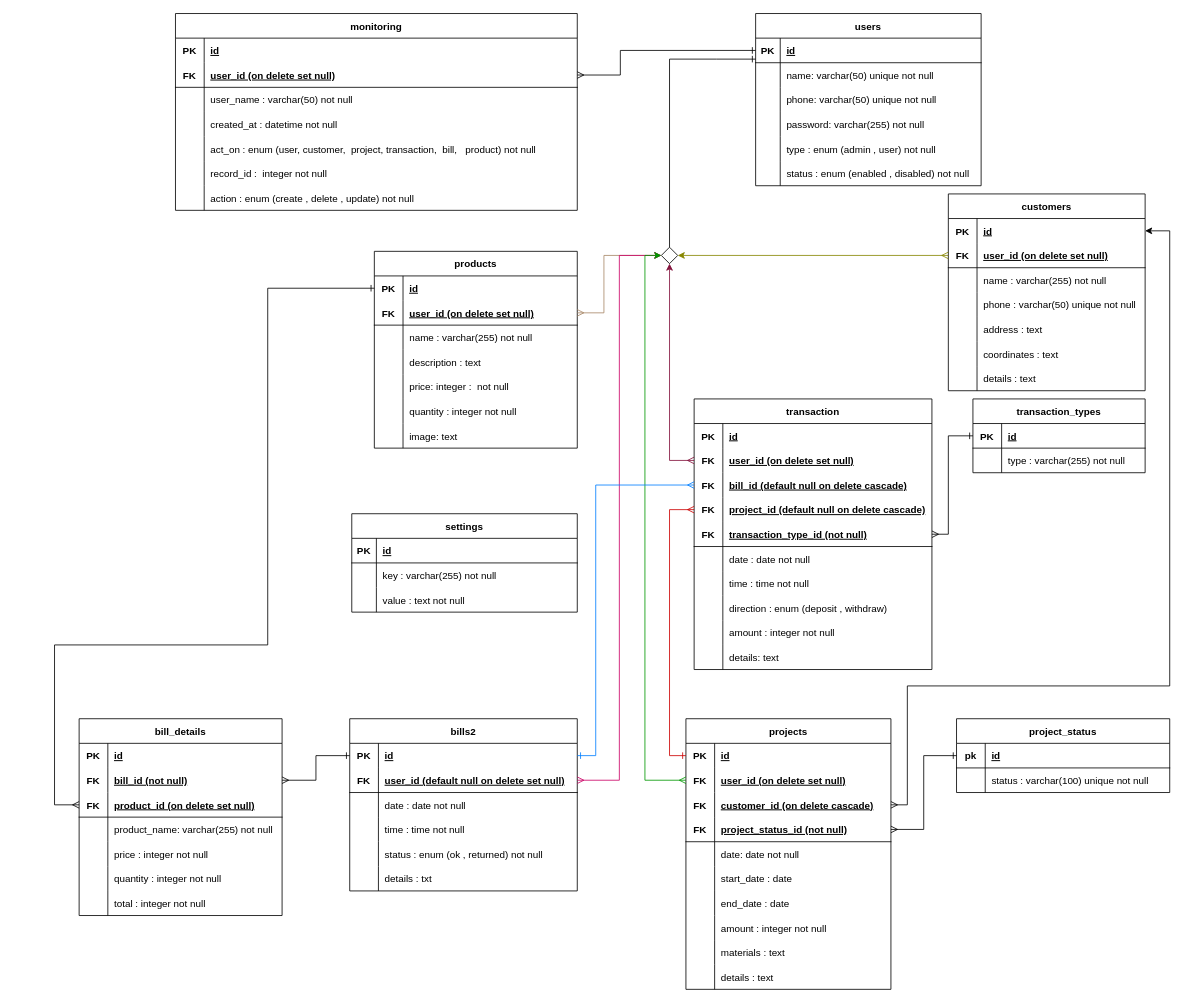
This is page "Schema" (2 of 2) of Diagrams/drawio/ModernHouse.drawio from khaledfathi/ModernHouse, a draw.io file, before an edit. Source tidied: cells renumbered, new cells numbered last; positions are measured from the earlier drawing's top-left corner, leaving out a move shared by most shapes. Both pictures are drawn from the tidied source at 82%, with x=0, y=0 at pixel (54, 13).
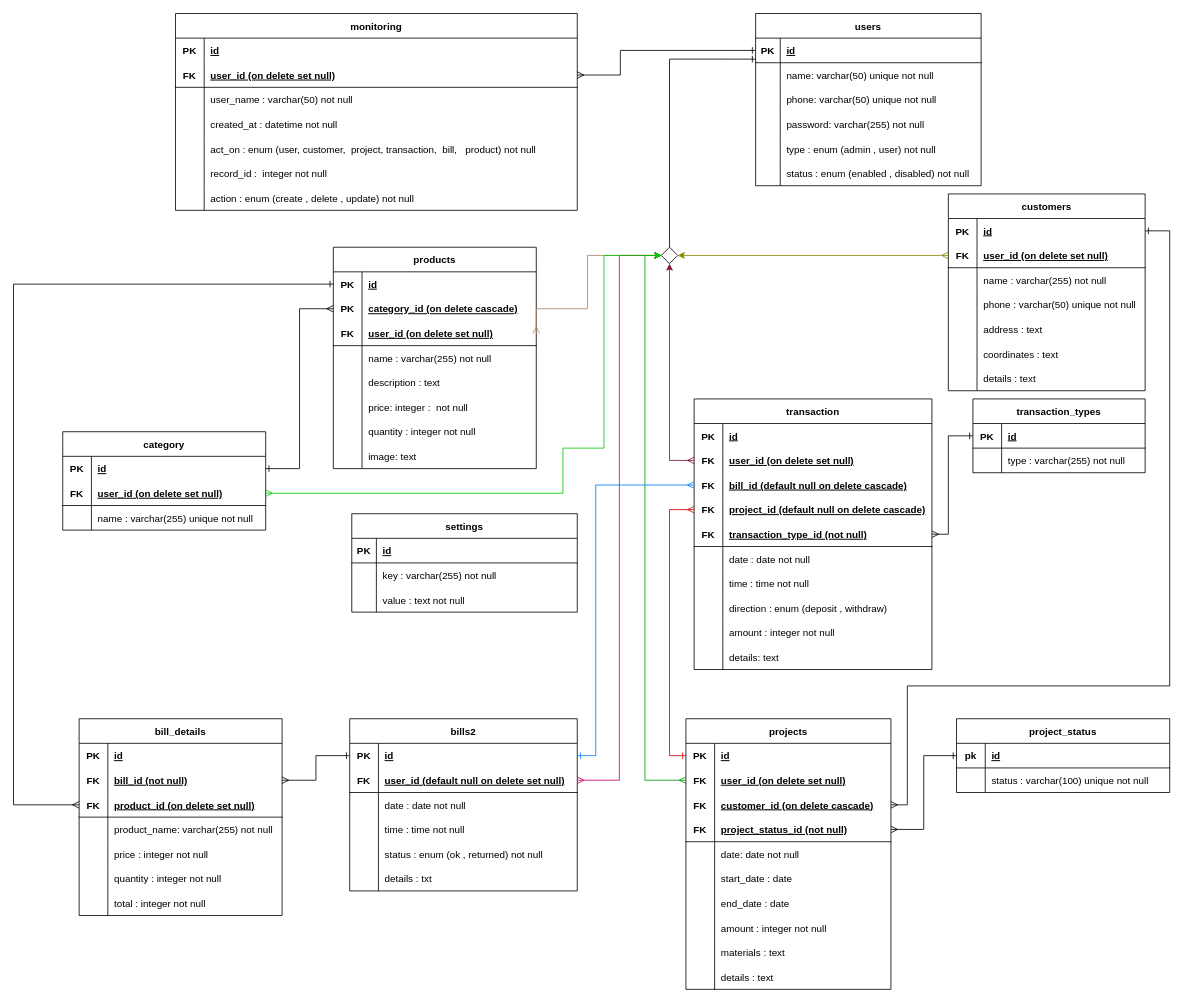
The same diagram, later.

The change refers to these unchanged cells:
```xml
<mxCell id="66" style="shape=tableRow;horizontal=0;startSize=0;swimlaneHead=0;swimlaneBody=0;fillColor=none;points=[[0,0.5],[1,0.5]];portConstraint=eastwest;top=0;left=0;right=0;bottom=1;" parent="59" vertex="1">
  <mxGeometry y="90" width="247.5" height="30" as="geometry" />
</mxCell>
<mxCell id="92" style="shape=tableRow;horizontal=0;startSize=0;swimlaneHead=0;swimlaneBody=0;fillColor=none;points=[[0,0.5],[1,0.5]];portConstraint=eastwest;top=0;left=0;right=0;bottom=0;" parent="91" vertex="1">
  <mxGeometry y="30" width="247.5" height="30" as="geometry" />
</mxCell>
<mxCell id="120" style="shape=tableRow;horizontal=0;startSize=0;swimlaneHead=0;swimlaneBody=0;fillColor=none;points=[[0,0.5],[1,0.5]];portConstraint=eastwest;top=0;left=0;right=0;bottom=0;" parent="113" vertex="1">
  <mxGeometry y="90" width="250" height="30" as="geometry" />
</mxCell>
<mxCell id="152" style="shape=tableRow;horizontal=0;startSize=0;swimlaneHead=0;swimlaneBody=0;fillColor=none;points=[[0,0.5],[1,0.5]];portConstraint=eastwest;top=0;left=0;right=0;bottom=0;" parent="151" vertex="1">
  <mxGeometry y="30" width="240" height="30" as="geometry" />
</mxCell>
<mxCell id="215" style="rhombus;whiteSpace=wrap;html=1;" parent="1" vertex="1">
  <mxGeometry x="740" y="285" width="20" height="20" as="geometry" />
</mxCell>
```

Diff of the diagram source:
```diff
@@
     <mxCell id="91" value="products" style="shape=table;startSize=30;childLayout=tableLayout;rowLines=0;fontStyle=1;align=center;" parent="1" vertex="1">
-      <mxGeometry x="390" y="290" width="247.5" height="240" as="geometry" />
+      <mxGeometry x="340" y="285" width="247.5" height="270" as="geometry" />
     </mxCell>
@@
+    <mxCell id="229" style="shape=tableRow;horizontal=0;startSize=0;swimlaneHead=0;swimlaneBody=0;fillColor=none;points=[[0,0.5],[1,0.5]];portConstraint=eastwest;top=0;left=0;right=0;bottom=0;" parent="91" vertex="1">
+      <mxGeometry y="60" width="247.5" height="30" as="geometry" />
+    </mxCell>
+    <mxCell id="230" value="PK" style="shape=partialRectangle;fillColor=none;top=0;left=0;bottom=0;right=0;fontStyle=1;overflow=hidden;" parent="229" vertex="1">
+      <mxGeometry width="35" height="30" as="geometry" />
+    </mxCell>
+    <mxCell id="231" value="category_id (on delete cascade)" style="shape=partialRectangle;fillColor=none;top=0;left=0;bottom=0;right=0;align=left;spacingLeft=6;fontStyle=5;overflow=hidden;" parent="229" vertex="1">
+      <mxGeometry x="35" width="212.5" height="30" as="geometry" />
+    </mxCell>
     <mxCell id="95" style="shape=tableRow;horizontal=0;startSize=0;swimlaneHead=0;swimlaneBody=0;fillColor=none;points=[[0,0.5],[1,0.5]];portConstraint=eastwest;top=0;left=0;right=0;bottom=1;" parent="91" vertex="1">
-      <mxGeometry y="60" width="247.5" height="30" as="geometry" />
+      <mxGeometry y="90" width="247.5" height="30" as="geometry" />
     </mxCell>
@@
     <mxCell id="98" style="shape=tableRow;horizontal=0;startSize=0;swimlaneHead=0;swimlaneBody=0;fillColor=none;top=0;left=0;right=0;bottom=0;" parent="91" vertex="1">
-      <mxGeometry y="90" width="247.5" height="30" as="geometry" />
+      <mxGeometry y="120" width="247.5" height="30" as="geometry" />
     </mxCell>
@@
     <mxCell id="101" style="shape=tableRow;horizontal=0;startSize=0;swimlaneHead=0;swimlaneBody=0;fillColor=none;top=0;left=0;right=0;bottom=0;" parent="91" vertex="1">
-      <mxGeometry y="120" width="247.5" height="30" as="geometry" />
+      <mxGeometry y="150" width="247.5" height="30" as="geometry" />
     </mxCell>
@@
     <mxCell id="104" style="shape=tableRow;horizontal=0;startSize=0;swimlaneHead=0;swimlaneBody=0;fillColor=none;top=0;left=0;right=0;bottom=0;" parent="91" vertex="1">
-      <mxGeometry y="150" width="247.5" height="30" as="geometry" />
+      <mxGeometry y="180" width="247.5" height="30" as="geometry" />
     </mxCell>
@@
     <mxCell id="107" style="shape=tableRow;horizontal=0;startSize=0;swimlaneHead=0;swimlaneBody=0;fillColor=none;top=0;left=0;right=0;bottom=0;" parent="91" vertex="1">
-      <mxGeometry y="180" width="247.5" height="30" as="geometry" />
+      <mxGeometry y="210" width="247.5" height="30" as="geometry" />
     </mxCell>
@@
     <mxCell id="110" style="shape=tableRow;horizontal=0;startSize=0;swimlaneHead=0;swimlaneBody=0;fillColor=none;top=0;left=0;right=0;bottom=0;" parent="91" vertex="1">
-      <mxGeometry y="210" width="247.5" height="30" as="geometry" />
+      <mxGeometry y="240" width="247.5" height="30" as="geometry" />
     </mxCell>
@@
     <mxCell id="217" style="edgeStyle=orthogonalEdgeStyle;rounded=0;jettySize=auto;html=1;exitX=1;exitY=0.5;exitDx=0;exitDy=0;entryX=0;entryY=0.5;entryDx=0;entryDy=0;startArrow=ERmany;startFill=0;endArrow=classic;endFill=1;strokeColor=#A88869;" parent="1" edge="1" source="95" target="215">
       <mxGeometry relative="1" as="geometry">
         <Array as="points">
-          <mxPoint x="670" y="365" />
-          <mxPoint x="670" y="295" />
+          <mxPoint x="650" y="360" />
+          <mxPoint x="650" y="295" />
         </Array>
       </mxGeometry>
     </mxCell>
@@
-    <mxCell id="227" style="edgeStyle=orthogonalEdgeStyle;rounded=0;jettySize=auto;html=1;strokeColor=#000000;startArrow=ERmany;startFill=0;endArrow=classic;endFill=1;entryX=1;entryY=0.5;entryDx=0;entryDy=0;" parent="1" edge="1" source="120" target="152">
+    <mxCell id="227" style="edgeStyle=orthogonalEdgeStyle;rounded=0;jettySize=auto;html=1;strokeColor=#000000;startArrow=ERmany;startFill=0;endArrow=ERone;endFill=0;entryX=1;entryY=0.5;entryDx=0;entryDy=0;" parent="1" edge="1" source="120" target="152">
       <mxGeometry relative="1" as="geometry">
         <Array as="points">
           <mxPoint x="1040" y="965" />
           <mxPoint x="1040" y="820" />
           <mxPoint x="1360" y="820" />
           <mxPoint x="1360" y="265" />
         </Array>
       </mxGeometry>
     </mxCell>
+    <mxCell id="232" value="category" style="shape=table;startSize=30;childLayout=tableLayout;rowLines=0;fontStyle=1;align=center;" parent="1" vertex="1">
+      <mxGeometry x="10" y="510" width="247.5" height="120" as="geometry" />
+    </mxCell>
+    <mxCell id="233" style="shape=tableRow;horizontal=0;startSize=0;swimlaneHead=0;swimlaneBody=0;fillColor=none;points=[[0,0.5],[1,0.5]];portConstraint=eastwest;top=0;left=0;right=0;bottom=0;" parent="232" vertex="1">
+      <mxGeometry y="30" width="247.5" height="30" as="geometry" />
+    </mxCell>
+    <mxCell id="234" value="PK" style="shape=partialRectangle;fillColor=none;top=0;left=0;bottom=0;right=0;fontStyle=1;overflow=hidden;" parent="233" vertex="1">
+      <mxGeometry width="35" height="30" as="geometry" />
+    </mxCell>
+    <mxCell id="235" value="id" style="shape=partialRectangle;fillColor=none;top=0;left=0;bottom=0;right=0;align=left;spacingLeft=6;fontStyle=5;overflow=hidden;" parent="233" vertex="1">
+      <mxGeometry x="35" width="212.5" height="30" as="geometry" />
+    </mxCell>
+    <mxCell id="236" style="shape=tableRow;horizontal=0;startSize=0;swimlaneHead=0;swimlaneBody=0;fillColor=none;points=[[0,0.5],[1,0.5]];portConstraint=eastwest;top=0;left=0;right=0;bottom=1;" parent="232" vertex="1">
+      <mxGeometry y="60" width="247.5" height="30" as="geometry" />
+    </mxCell>
+    <mxCell id="237" value="FK" style="shape=partialRectangle;fillColor=none;top=0;left=0;bottom=0;right=0;fontStyle=1;overflow=hidden;" parent="236" vertex="1">
+      <mxGeometry width="35" height="30" as="geometry" />
+    </mxCell>
+    <mxCell id="238" value="user_id (on delete set null)" style="shape=partialRectangle;fillColor=none;top=0;left=0;bottom=0;right=0;align=left;spacingLeft=6;fontStyle=5;overflow=hidden;" parent="236" vertex="1">
+      <mxGeometry x="35" width="212.5" height="30" as="geometry" />
+    </mxCell>
+    <mxCell id="239" style="shape=tableRow;horizontal=0;startSize=0;swimlaneHead=0;swimlaneBody=0;fillColor=none;top=0;left=0;right=0;bottom=0;" parent="232" vertex="1">
+      <mxGeometry y="90" width="247.5" height="30" as="geometry" />
+    </mxCell>
+    <mxCell id="240" style="shape=partialRectangle;fillColor=none;top=0;left=0;bottom=0;right=0;overflow=hidden;" parent="239" vertex="1">
+      <mxGeometry width="35" height="30" as="geometry" />
+    </mxCell>
+    <mxCell id="241" value="name : varchar(255) unique not null " style="shape=partialRectangle;fillColor=none;top=0;left=0;bottom=0;right=0;align=left;spacingLeft=6;overflow=hidden;" parent="239" vertex="1">
+      <mxGeometry x="35" width="212.5" height="30" as="geometry" />
+    </mxCell>
-    <mxCell id="228" style="edgeStyle=orthogonalEdgeStyle;rounded=0;jettySize=auto;html=1;strokeColor=#000000;startArrow=ERmany;startFill=0;endArrow=ERone;endFill=0;" parent="1" edge="1" source="66" target="92">
+    <mxCell id="228" style="edgeStyle=orthogonalEdgeStyle;rounded=0;jettySize=auto;html=1;strokeColor=#000000;startArrow=ERmany;startFill=0;endArrow=ERone;endFill=0;entryX=0;entryY=0.5;entryDx=0;entryDy=0;" parent="1" edge="1" source="66" target="92">
       <mxGeometry relative="1" as="geometry">
         <Array as="points">
-          <mxPoint y="965" />
-          <mxPoint y="770" />
-          <mxPoint x="260" y="770" />
-          <mxPoint x="260" y="335" />
+          <mxPoint x="-50" y="965" />
+          <mxPoint x="-50" y="330" />
         </Array>
       </mxGeometry>
     </mxCell>
+    <mxCell id="242" style="edgeStyle=orthogonalEdgeStyle;rounded=0;jettySize=auto;html=1;entryX=0;entryY=0.5;entryDx=0;entryDy=0;startArrow=ERmany;startFill=0;endArrow=classic;endFill=1;strokeColor=#00CC00;" parent="1" edge="1" source="236" target="215">
+      <mxGeometry relative="1" as="geometry">
+        <Array as="points">
+          <mxPoint x="620" y="585" />
+          <mxPoint x="620" y="530" />
+          <mxPoint x="670" y="530" />
+          <mxPoint x="670" y="295" />
+        </Array>
+      </mxGeometry>
+    </mxCell>
+    <mxCell id="243" style="edgeStyle=orthogonalEdgeStyle;rounded=0;jettySize=auto;html=1;strokeColor=#000000;startArrow=ERmany;startFill=0;endArrow=ERone;endFill=0;" parent="1" edge="1" source="229" target="233">
+      <mxGeometry relative="1" as="geometry" />
+    </mxCell>
```
